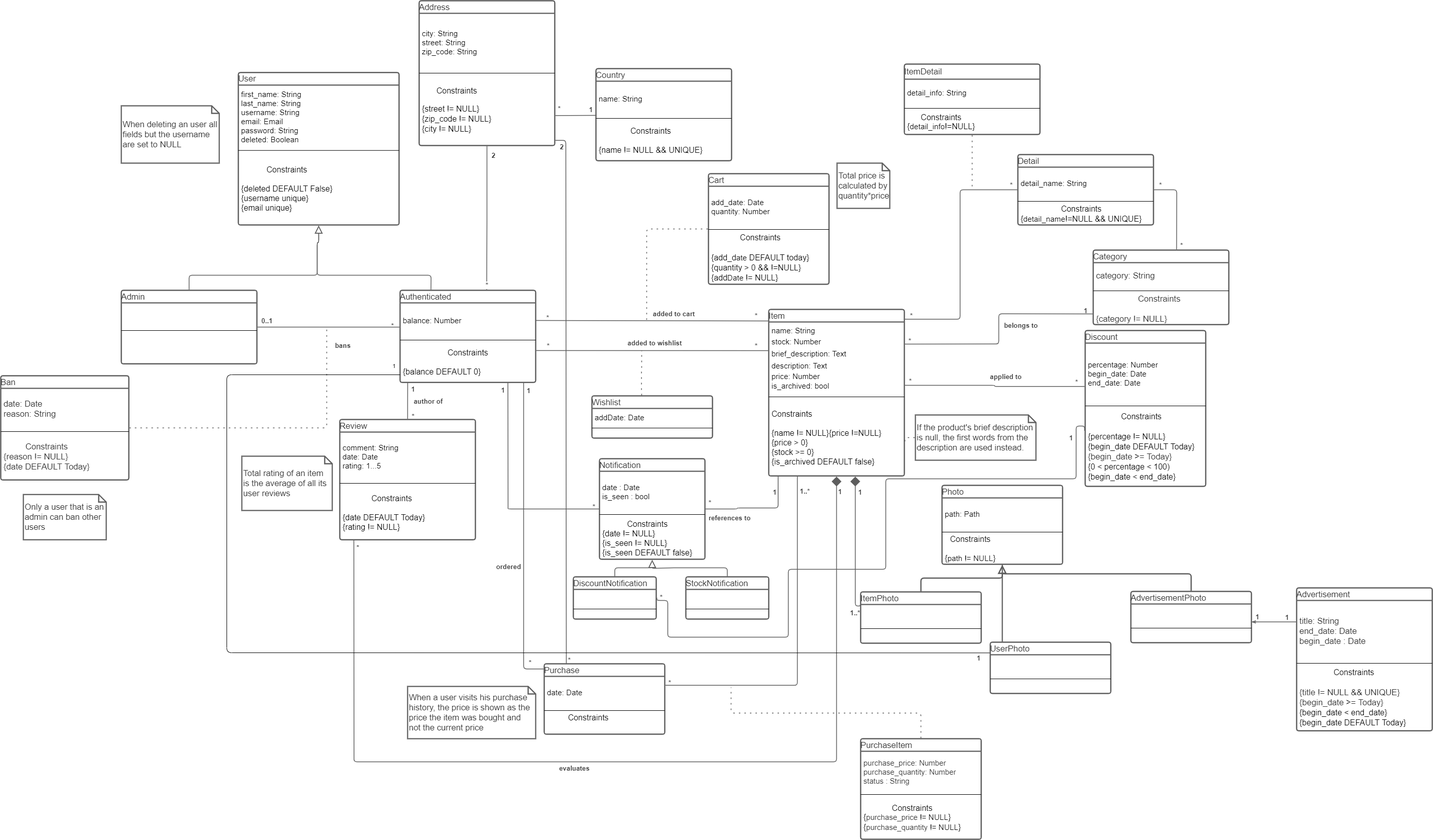
davide-castro20/FEUP-LBAW-Wiki keeps this draw.io diagram as images/A4/UML.png. Above is the earlier version. Source tidied: cells renumbered, new cells last; positions are measured from the earlier drawing's top-left corner, leaving out a move shared by most shapes.
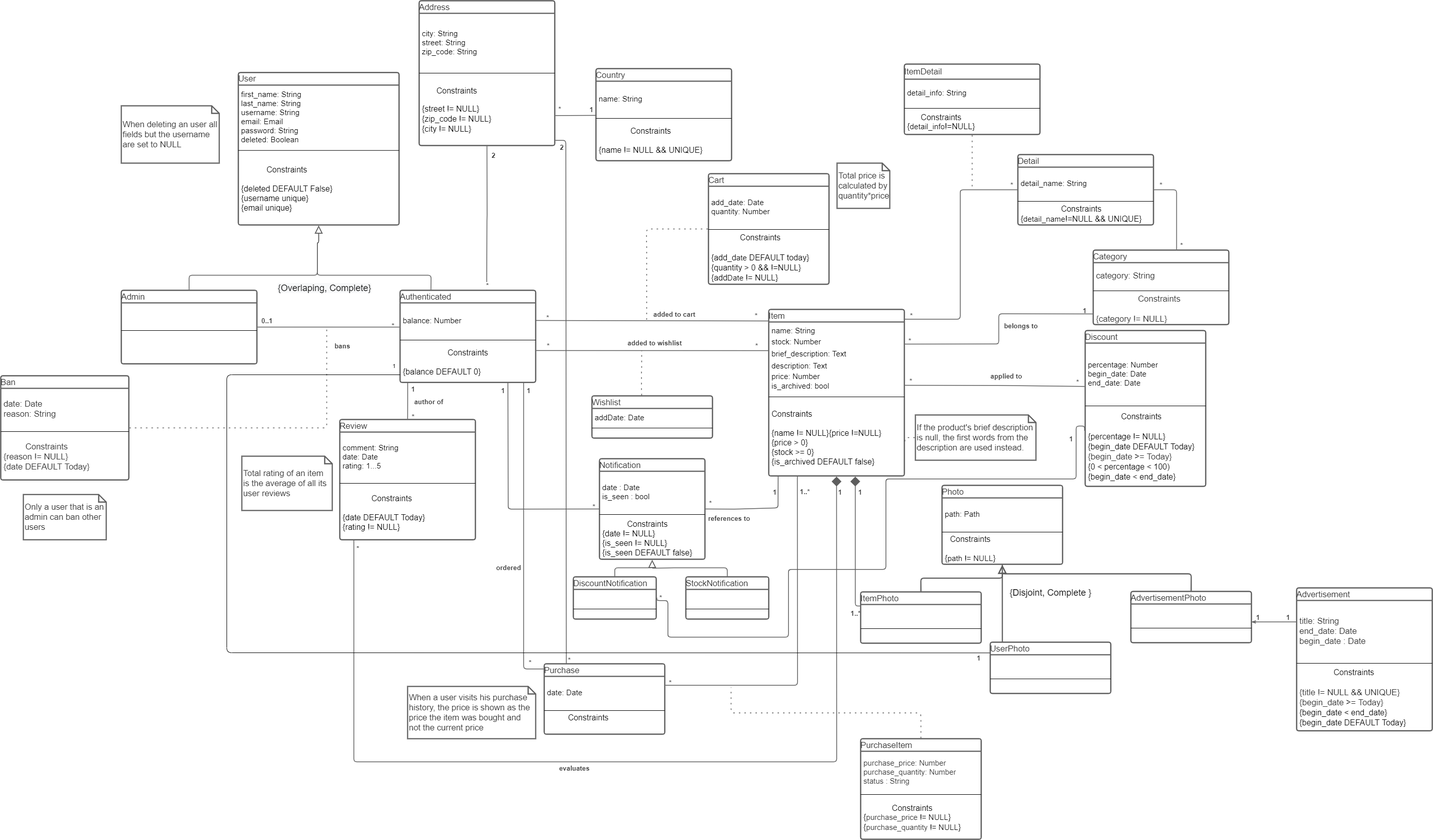
Later version of the same file.

Diff of the diagram source:
```diff
@@ -769,5 +769,11 @@
         </Array>
       </mxGeometry>
     </mxCell>
+    <mxCell id="186" value="&lt;font style=&quot;font-size: 18px&quot;&gt;{Disjoint, Complete }&lt;/font&gt;" style="text;html=1;align=center;verticalAlign=middle;" parent="1" vertex="1">
+      <mxGeometry x="2000" y="1168" width="180" height="20" as="geometry" />
+    </mxCell>
+    <mxCell id="187" value="&lt;span style=&quot;color: rgb(0 , 0 , 0) ; font-family: &amp;#34;helvetica&amp;#34; ; font-size: 18px ; font-style: normal ; font-weight: 400 ; letter-spacing: normal ; text-align: center ; text-indent: 0px ; text-transform: none ; word-spacing: 0px ; background-color: rgb(248 , 249 , 250) ; display: inline ; float: none&quot;&gt;{Overlaping, Complete}&lt;/span&gt;" style="text;whiteSpace=wrap;html=1;" parent="1" vertex="1">
+      <mxGeometry x="550" y="555.1" width="192" height="30" as="geometry" />
+    </mxCell>
   </root>
 </mxGraphModel>
```
